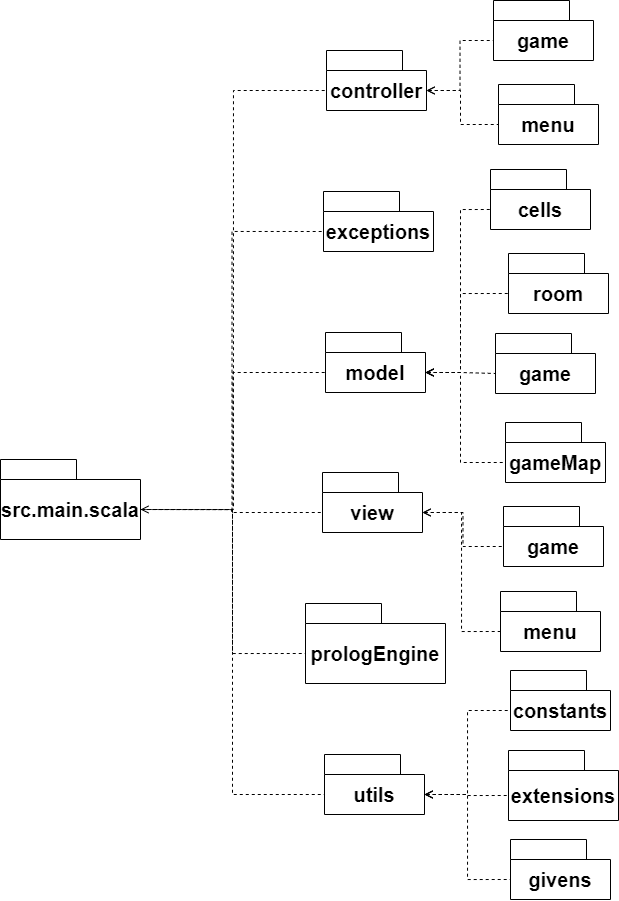
Before: docs/Images/Package.png, a diagram exported from draw.io (SerafinoPandolfini/PPS-22-puzzlexp). Source tidied: cells renumbered, new cells last; positions are measured from the earlier drawing's top-left corner, leaving out a move shared by most shapes.
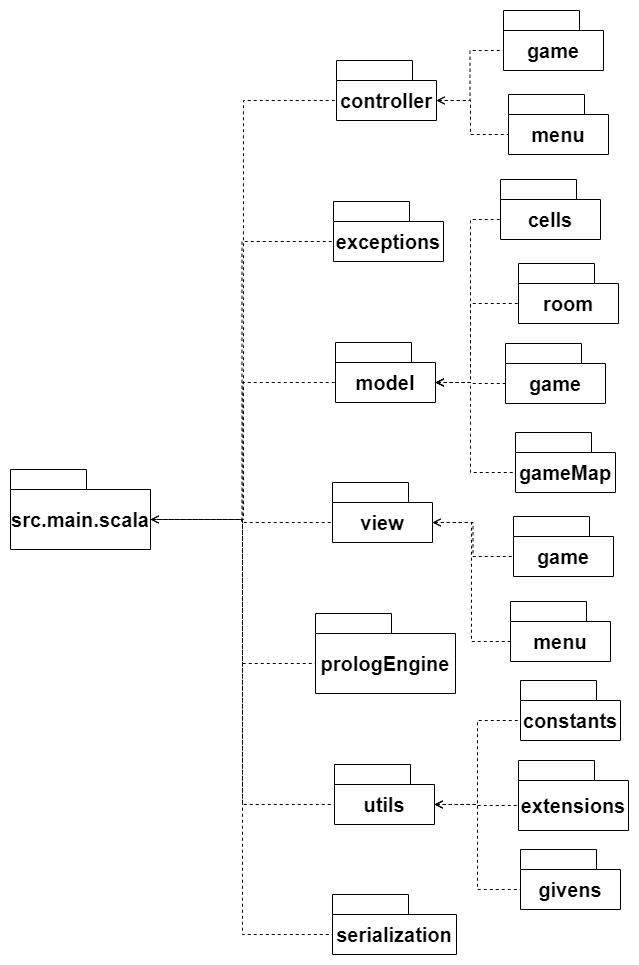
The same file after the commit.

Diff of the diagram source:
```diff
@@ -133,5 +133,16 @@
     <mxCell id="36" value="room" style="shape=folder;fontStyle=1;tabWidth=76;tabHeight=20;tabPosition=left;html=1;boundedLbl=1;whiteSpace=wrap;fontSize=20;" parent="1" vertex="1">
       <mxGeometry x="508" y="253" width="100" height="60" as="geometry" />
     </mxCell>
+    <mxCell id="37" value="serialization" style="shape=folder;fontStyle=1;tabWidth=76;tabHeight=20;tabPosition=left;html=1;boundedLbl=1;whiteSpace=wrap;fontSize=20;" parent="1" vertex="1">
+      <mxGeometry x="322" y="884" width="124" height="60" as="geometry" />
+    </mxCell>
+    <mxCell id="38" style="edgeStyle=orthogonalEdgeStyle;rounded=0;jettySize=auto;html=1;exitX=0;exitY=0;exitDx=140;exitDy=50;exitPerimeter=0;entryX=0;entryY=0;entryDx=0;entryDy=40;entryPerimeter=0;dashed=1;endArrow=none;endFill=0;startArrow=open;startFill=0;" parent="1" edge="1" source="16" target="37">
+      <mxGeometry relative="1" as="geometry">
+        <Array as="points">
+          <mxPoint x="232" y="509" />
+          <mxPoint x="232" y="924" />
+        </Array>
+      </mxGeometry>
+    </mxCell>
   </root>
 </mxGraphModel>
```
